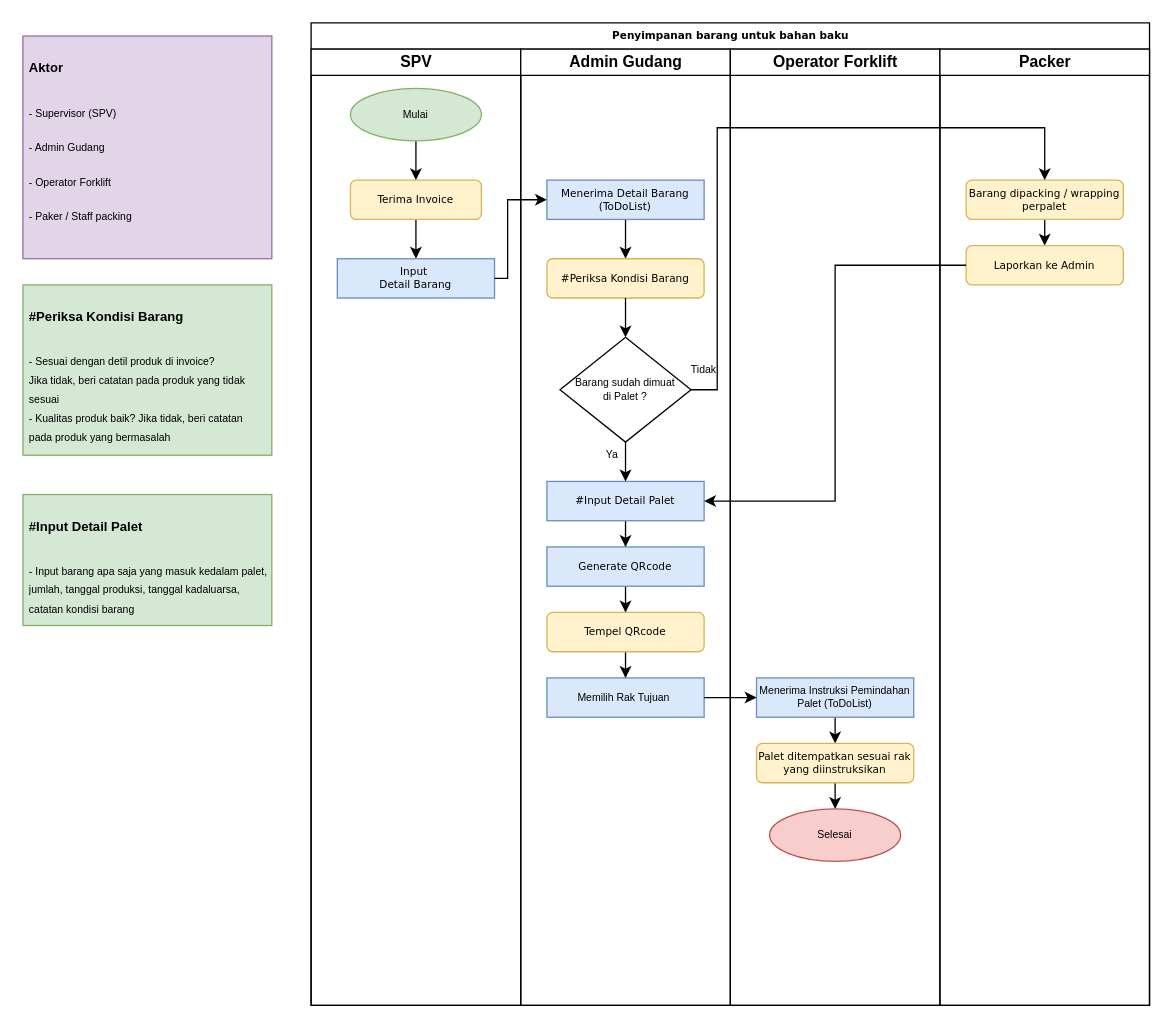
Above: diagram/Flow simpan barang.drawio in salomo07/wmsserver (draw.io), before the change. Source tidied: cells renumbered, new cells numbered last; positions are measured from the earlier drawing's top-left corner, leaving out a move shared by most shapes. Both pictures are drawn from the tidied source at 131%, with x=0, y=0 at pixel (22, 22).
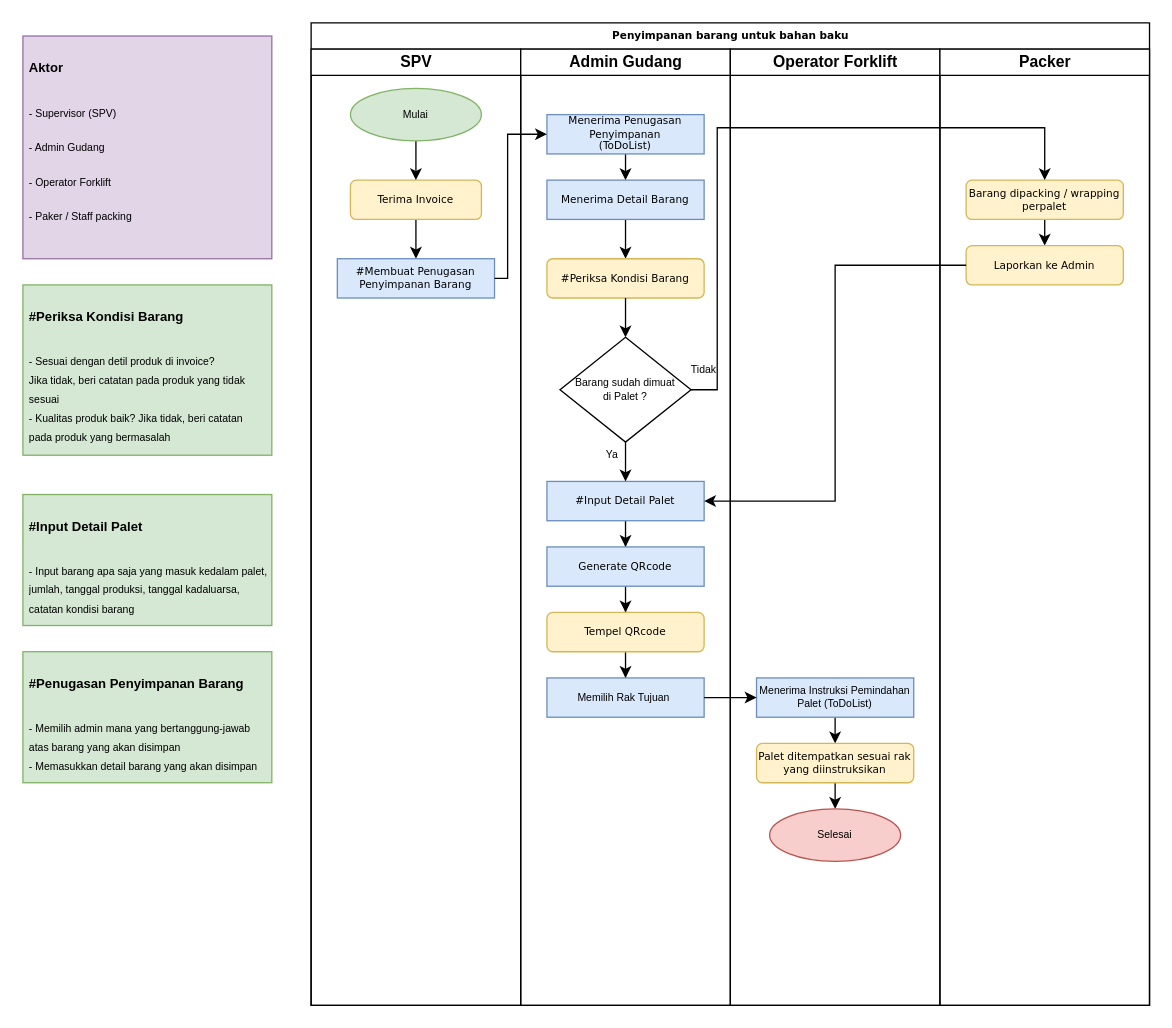
Above is the later version.

The change refers to these unchanged cells:
```xml
<mxCell id="2" value="Penyimpanan barang untuk bahan baku" style="swimlane;html=1;startSize=20;rounded=0;shadow=0;labelBackgroundColor=none;strokeWidth=1;fontFamily=Verdana;fontSize=8;align=center;" parent="1" vertex="1">
  <mxGeometry x="220" width="640" height="750" as="geometry" />
</mxCell>
<mxCell id="3" value="SPV" style="swimlane;html=1;startSize=20;" parent="2" vertex="1">
  <mxGeometry y="20" width="160" height="730" as="geometry" />
</mxCell>
<mxCell id="9" value="Admin Gudang" style="swimlane;html=1;startSize=20;" parent="2" vertex="1">
  <mxGeometry x="160" y="20" width="160" height="730" as="geometry" />
</mxCell>
```

Diff of the diagram source:
```diff
@@
-    <mxCell id="8" value="&lt;span style=&quot;font-family: Verdana;&quot;&gt;Input&amp;nbsp;&lt;/span&gt;&lt;br style=&quot;font-family: Verdana;&quot;&gt;&lt;span style=&quot;font-family: Verdana;&quot;&gt;Detail Barang&lt;/span&gt;" style="rounded=0;whiteSpace=wrap;html=1;fontSize=8;fillColor=#dae8fc;strokeColor=#6c8ebf;" parent="3" vertex="1">
+    <mxCell id="8" value="&lt;font face=&quot;Verdana&quot;&gt;#Membuat Penugasan Penyimpanan Barang&lt;/font&gt;" style="rounded=0;whiteSpace=wrap;html=1;fontSize=8;fillColor=#dae8fc;strokeColor=#6c8ebf;" parent="3" vertex="1">
       <mxGeometry x="20" y="160" width="120" height="30" as="geometry" />
     </mxCell>
@@
-    <mxCell id="14" value="&lt;span style=&quot;font-family: Verdana;&quot;&gt;Menerima Detail Barang&lt;/span&gt;&lt;br style=&quot;font-family: Verdana;&quot;&gt;&lt;span style=&quot;font-family: Verdana;&quot;&gt;(ToDoList)&lt;/span&gt;" style="rounded=0;whiteSpace=wrap;html=1;fontSize=8;fillColor=#dae8fc;strokeColor=#6c8ebf;" parent="9" vertex="1">
+    <mxCell id="14" value="&lt;span style=&quot;font-family: Verdana;&quot;&gt;Menerima Detail Barang&lt;/span&gt;" style="rounded=0;whiteSpace=wrap;html=1;fontSize=8;fillColor=#dae8fc;strokeColor=#6c8ebf;" parent="9" vertex="1">
       <mxGeometry x="20" y="100" width="120" height="30" as="geometry" />
     </mxCell>
@@
+    <mxCell id="43" style="edgeStyle=orthogonalEdgeStyle;rounded=0;jettySize=auto;html=1;exitX=0.5;exitY=1;exitDx=0;exitDy=0;entryX=0.5;entryY=0;entryDx=0;entryDy=0;fontSize=10;" parent="9" edge="1" source="44" target="14">
+      <mxGeometry relative="1" as="geometry" />
+    </mxCell>
+    <mxCell id="44" value="&lt;span style=&quot;font-family: Verdana;&quot;&gt;Menerima Penugasan Penyimpanan&lt;/span&gt;&lt;br style=&quot;font-family: Verdana;&quot;&gt;&lt;span style=&quot;font-family: Verdana;&quot;&gt;(ToDoList)&lt;/span&gt;" style="rounded=0;whiteSpace=wrap;html=1;fontSize=8;fillColor=#dae8fc;strokeColor=#6c8ebf;" parent="9" vertex="1">
+      <mxGeometry x="20" y="50" width="120" height="30" as="geometry" />
+    </mxCell>
@@
-    <mxCell id="34" style="endArrow=classic;html=1;rounded=0;fontSize=8;exitX=1;exitY=0.5;exitDx=0;exitDy=0;entryX=0;entryY=0.5;entryDx=0;entryDy=0;" parent="2" edge="1" source="8" target="14">
+    <mxCell id="34" style="endArrow=classic;html=1;rounded=0;fontSize=8;exitX=1;exitY=0.5;exitDx=0;exitDy=0;entryX=0;entryY=0.5;entryDx=0;entryDy=0;" parent="2" edge="1" source="8" target="44">
       <mxGeometry relative="1" as="geometry">
         <Array as="points">
           <mxPoint x="150" y="195" />
-          <mxPoint x="150" y="135" />
+          <mxPoint x="150" y="85" />
         </Array>
       </mxGeometry>
     </mxCell>
@@
+    <mxCell id="45" value="&lt;h1&gt;&lt;font style=&quot;font-size: 10px;&quot;&gt;#Penugasan Penyimpanan Barang&lt;/font&gt;&lt;/h1&gt;&lt;div&gt;&lt;font style=&quot;font-size: 8px;&quot;&gt;- Memilih admin mana yang bertanggung-jawab atas barang yang akan disimpan&lt;br&gt;&lt;/font&gt;&lt;/div&gt;&lt;div&gt;&lt;font style=&quot;font-size: 8px;&quot;&gt;- Memasukkan detail barang yang akan disimpan&lt;/font&gt;&lt;/div&gt;" style="text;html=1;strokeColor=#82b366;fillColor=#d5e8d4;spacing=5;spacingTop=-20;whiteSpace=wrap;overflow=hidden;rounded=0;" parent="1" vertex="1">
+      <mxGeometry y="480" width="190" height="100" as="geometry" />
+    </mxCell>
```
